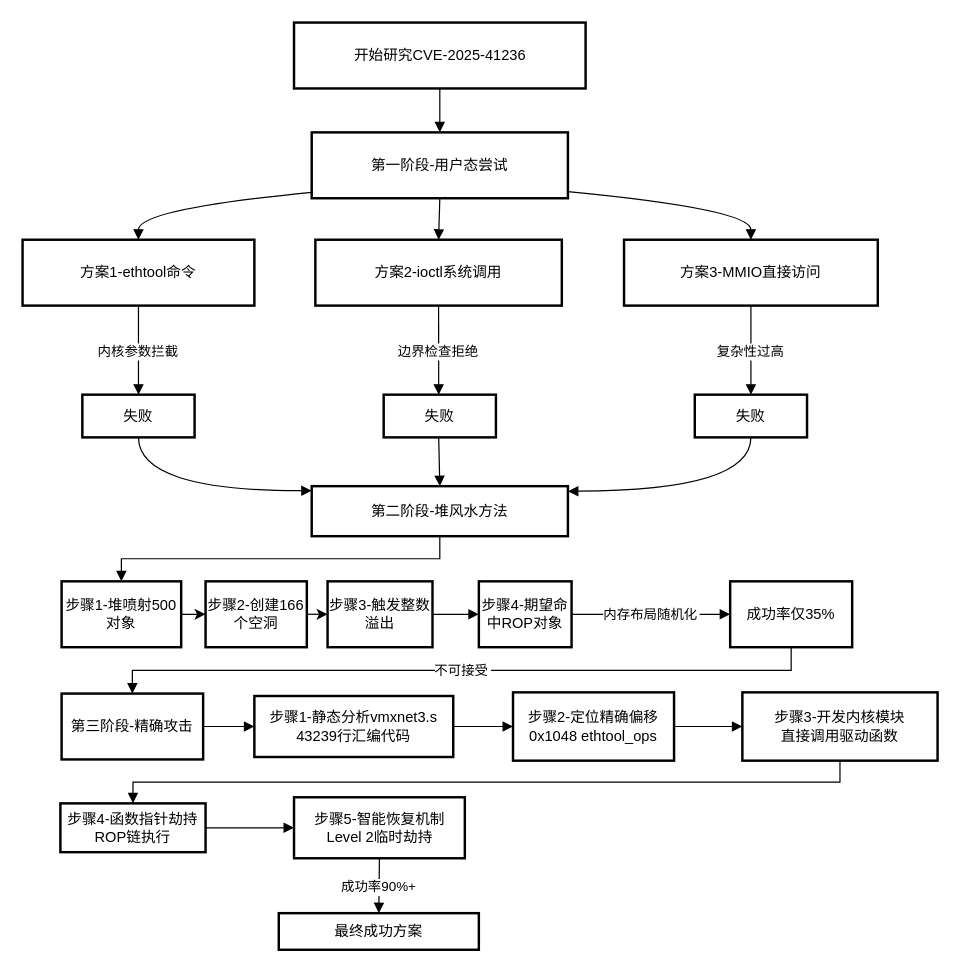
The draw.io diagram 2025/攻击方法演进图.drawio in clarkhillm/Document, before the edit. Source tidied: cells renumbered, new cells numbered last; positions are measured from the earlier drawing's top-left corner, leaving out a move shared by most shapes. Both pictures are drawn from the tidied source at 122%, with x=0, y=0 at pixel (22, 22).
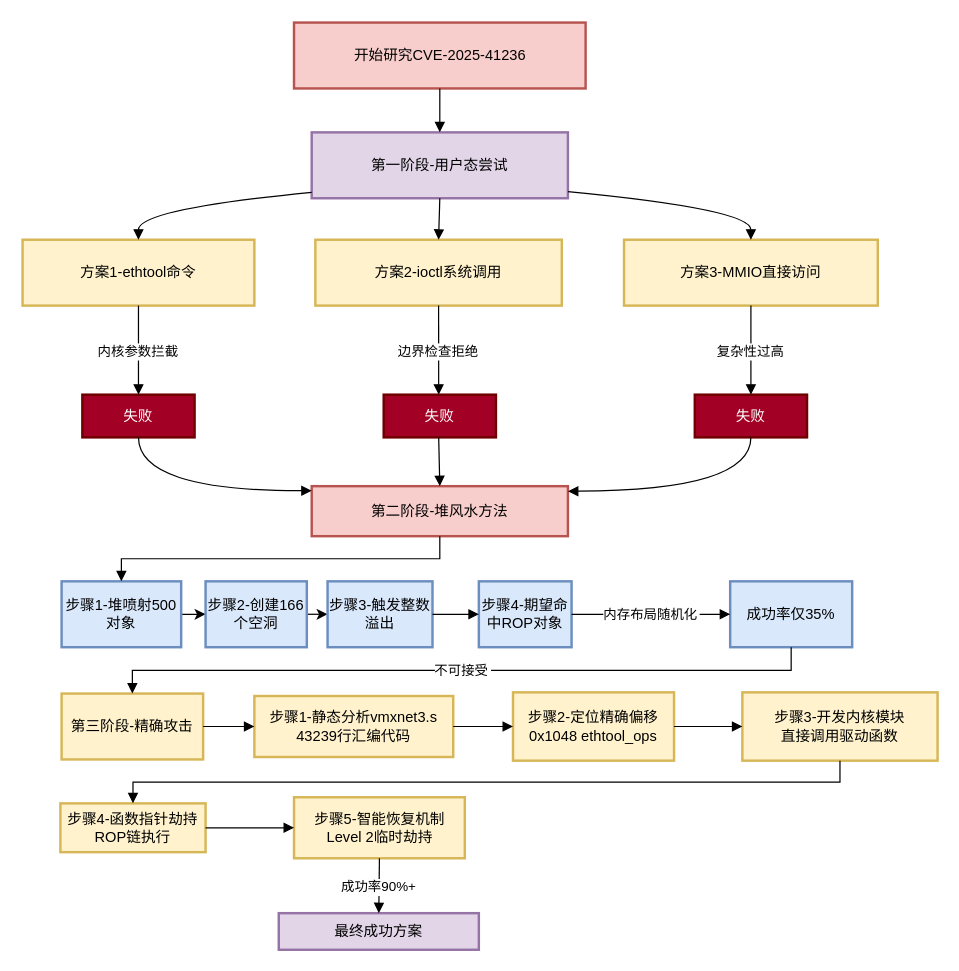
The same diagram, later.

Commit message:
已添加 攻击方法演进图.drawio

What changed in the source:
```diff
@@
-    <mxCell id="2" value="开始研究CVE-2025-41236" style="whiteSpace=wrap;strokeWidth=2;" parent="1" vertex="1">
+    <mxCell id="2" value="开始研究CVE-2025-41236" style="whiteSpace=wrap;strokeWidth=2;fillColor=#f8cecc;strokeColor=#b85450;" parent="1" vertex="1">
       <mxGeometry x="222.5" width="239" height="54" as="geometry" />
     </mxCell>
-    <mxCell id="3" value="第一阶段-用户态尝试" style="whiteSpace=wrap;strokeWidth=2;" parent="1" vertex="1">
+    <mxCell id="3" value="第一阶段-用户态尝试" style="whiteSpace=wrap;strokeWidth=2;fillColor=#e1d5e7;strokeColor=#9673a6;" parent="1" vertex="1">
       <mxGeometry x="237" y="90" width="210" height="54" as="geometry" />
     </mxCell>
-    <mxCell id="4" value="方案1-ethtool命令" style="whiteSpace=wrap;strokeWidth=2;" parent="1" vertex="1">
+    <mxCell id="4" value="方案1-ethtool命令" style="whiteSpace=wrap;strokeWidth=2;fillColor=#fff2cc;strokeColor=#d6b656;" parent="1" vertex="1">
       <mxGeometry y="178" width="190" height="54" as="geometry" />
     </mxCell>
-    <mxCell id="5" value="方案2-ioctl系统调用" style="whiteSpace=wrap;strokeWidth=2;" parent="1" vertex="1">
+    <mxCell id="5" value="方案2-ioctl系统调用" style="whiteSpace=wrap;strokeWidth=2;fillColor=#fff2cc;strokeColor=#d6b656;" parent="1" vertex="1">
       <mxGeometry x="240" y="178" width="202" height="54" as="geometry" />
     </mxCell>
-    <mxCell id="6" value="方案3-MMIO直接访问" style="whiteSpace=wrap;strokeWidth=2;" parent="1" vertex="1">
+    <mxCell id="6" value="方案3-MMIO直接访问" style="whiteSpace=wrap;strokeWidth=2;fillColor=#fff2cc;strokeColor=#d6b656;" parent="1" vertex="1">
       <mxGeometry x="493" y="178" width="208" height="54" as="geometry" />
     </mxCell>
-    <mxCell id="7" value="失败" style="whiteSpace=wrap;strokeWidth=2;" parent="1" vertex="1">
+    <mxCell id="7" value="失败" style="whiteSpace=wrap;strokeWidth=2;fillColor=#a20025;fontColor=#ffffff;strokeColor=#6F0000;" parent="1" vertex="1">
       <mxGeometry x="49" y="305" width="92" height="35" as="geometry" />
     </mxCell>
-    <mxCell id="8" value="失败" style="whiteSpace=wrap;strokeWidth=2;" parent="1" vertex="1">
+    <mxCell id="8" value="失败" style="whiteSpace=wrap;strokeWidth=2;fillColor=#a20025;fontColor=#ffffff;strokeColor=#6F0000;" parent="1" vertex="1">
       <mxGeometry x="296" y="305" width="92" height="35" as="geometry" />
     </mxCell>
-    <mxCell id="9" value="失败" style="whiteSpace=wrap;strokeWidth=2;" parent="1" vertex="1">
+    <mxCell id="9" value="失败" style="whiteSpace=wrap;strokeWidth=2;fillColor=#a20025;fontColor=#ffffff;strokeColor=#6F0000;" parent="1" vertex="1">
       <mxGeometry x="551" y="305" width="92" height="35" as="geometry" />
     </mxCell>
-    <mxCell id="10" value="第二阶段-堆风水方法" style="whiteSpace=wrap;strokeWidth=2;" parent="1" vertex="1">
+    <mxCell id="10" value="第二阶段-堆风水方法" style="whiteSpace=wrap;strokeWidth=2;fillColor=#f8cecc;strokeColor=#b85450;" parent="1" vertex="1">
       <mxGeometry x="237" y="380" width="210" height="41" as="geometry" />
     </mxCell>
@@
-    <mxCell id="12" value="步骤1-堆喷射500对象" style="whiteSpace=wrap;strokeWidth=2;" parent="1" vertex="1">
+    <mxCell id="12" value="步骤1-堆喷射500对象" style="whiteSpace=wrap;strokeWidth=2;fillColor=#dae8fc;strokeColor=#6c8ebf;" parent="1" vertex="1">
       <mxGeometry x="32" y="458" width="98" height="54" as="geometry" />
     </mxCell>
@@
-    <mxCell id="14" value="步骤2-创建166个空洞" style="whiteSpace=wrap;strokeWidth=2;" parent="1" vertex="1">
+    <mxCell id="14" value="步骤2-创建166个空洞" style="whiteSpace=wrap;strokeWidth=2;fillColor=#dae8fc;strokeColor=#6c8ebf;" parent="1" vertex="1">
       <mxGeometry x="150" y="458" width="83" height="54" as="geometry" />
     </mxCell>
-    <mxCell id="15" value="步骤3-触发整数溢出" style="whiteSpace=wrap;strokeWidth=2;" parent="1" vertex="1">
+    <mxCell id="15" value="步骤3-触发整数溢出" style="whiteSpace=wrap;strokeWidth=2;fillColor=#dae8fc;strokeColor=#6c8ebf;" parent="1" vertex="1">
       <mxGeometry x="250" y="458" width="86" height="54" as="geometry" />
     </mxCell>
-    <mxCell id="16" value="步骤4-期望命中ROP对象" style="whiteSpace=wrap;strokeWidth=2;" parent="1" vertex="1">
+    <mxCell id="16" value="步骤4-期望命中ROP对象" style="whiteSpace=wrap;strokeWidth=2;fillColor=#dae8fc;strokeColor=#6c8ebf;" parent="1" vertex="1">
       <mxGeometry x="374" y="458" width="76" height="54" as="geometry" />
     </mxCell>
-    <mxCell id="17" value="成功率仅35%" style="whiteSpace=wrap;strokeWidth=2;" parent="1" vertex="1">
+    <mxCell id="17" value="成功率仅35%" style="whiteSpace=wrap;strokeWidth=2;fillColor=#dae8fc;strokeColor=#6c8ebf;" parent="1" vertex="1">
       <mxGeometry x="580" y="458" width="100" height="54" as="geometry" />
     </mxCell>
-    <mxCell id="18" value="第三阶段-精确攻击" style="whiteSpace=wrap;strokeWidth=2;" parent="1" vertex="1">
+    <mxCell id="18" value="第三阶段-精确攻击" style="whiteSpace=wrap;strokeWidth=2;fillColor=#fff2cc;strokeColor=#d6b656;" parent="1" vertex="1">
       <mxGeometry x="32" y="550" width="116" height="54" as="geometry" />
     </mxCell>
-    <mxCell id="19" value="步骤1-静态分析vmxnet3.s&#10;43239行汇编代码" style="whiteSpace=wrap;strokeWidth=2;" parent="1" vertex="1">
+    <mxCell id="19" value="步骤1-静态分析vmxnet3.s&#10;43239行汇编代码" style="whiteSpace=wrap;strokeWidth=2;fillColor=#fff2cc;strokeColor=#d6b656;" parent="1" vertex="1">
       <mxGeometry x="190" y="552" width="163" height="50" as="geometry" />
     </mxCell>
-    <mxCell id="20" value="步骤2-定位精确偏移&#10;0x1048 ethtool_ops" style="whiteSpace=wrap;strokeWidth=2;" parent="1" vertex="1">
+    <mxCell id="20" value="步骤2-定位精确偏移&#10;0x1048 ethtool_ops" style="whiteSpace=wrap;strokeWidth=2;fillColor=#fff2cc;strokeColor=#d6b656;" parent="1" vertex="1">
       <mxGeometry x="402" y="549" width="132" height="56" as="geometry" />
     </mxCell>
-    <mxCell id="21" value="步骤3-开发内核模块&#10;直接调用驱动函数" style="whiteSpace=wrap;strokeWidth=2;" parent="1" vertex="1">
+    <mxCell id="21" value="步骤3-开发内核模块&#10;直接调用驱动函数" style="whiteSpace=wrap;strokeWidth=2;fillColor=#fff2cc;strokeColor=#d6b656;" parent="1" vertex="1">
       <mxGeometry x="590" y="549" width="160" height="56" as="geometry" />
     </mxCell>
-    <mxCell id="22" value="步骤4-函数指针劫持&#10;ROP链执行" style="whiteSpace=wrap;strokeWidth=2;" parent="1" vertex="1">
+    <mxCell id="22" value="步骤4-函数指针劫持&#10;ROP链执行" style="whiteSpace=wrap;strokeWidth=2;fillColor=#fff2cc;strokeColor=#d6b656;" parent="1" vertex="1">
       <mxGeometry x="31" y="640" width="119" height="40" as="geometry" />
     </mxCell>
-    <mxCell id="23" value="步骤5-智能恢复机制&#10;Level 2临时劫持" style="whiteSpace=wrap;strokeWidth=2;" parent="1" vertex="1">
+    <mxCell id="23" value="步骤5-智能恢复机制&#10;Level 2临时劫持" style="whiteSpace=wrap;strokeWidth=2;fillColor=#fff2cc;strokeColor=#d6b656;" parent="1" vertex="1">
       <mxGeometry x="222.5" y="635" width="140" height="50" as="geometry" />
     </mxCell>
-    <mxCell id="24" value="最终成功方案" style="whiteSpace=wrap;strokeWidth=2;" parent="1" vertex="1">
+    <mxCell id="24" value="最终成功方案" style="whiteSpace=wrap;strokeWidth=2;fillColor=#e1d5e7;strokeColor=#9673a6;" parent="1" vertex="1">
       <mxGeometry x="210" y="730" width="164" height="30" as="geometry" />
     </mxCell>
```
